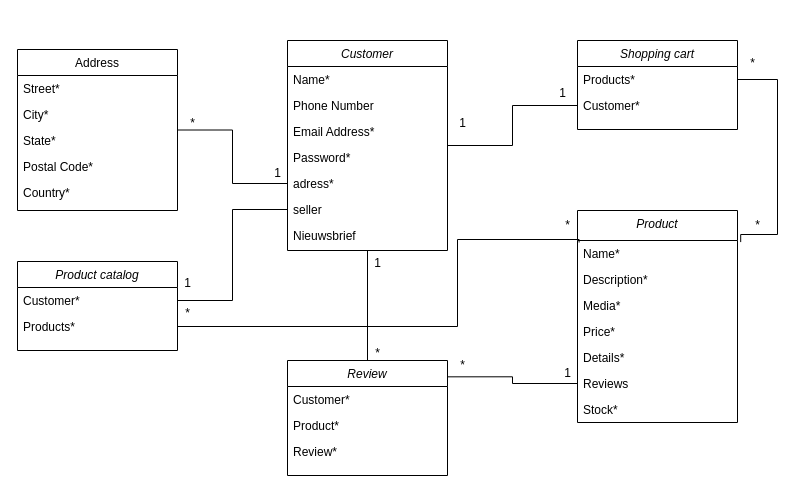
UCLL-Full-stack/project2425-ti-group-2-11 keeps this draw.io diagram as analysis/UML webshop.drawio. Above is the earlier version. Source tidied: cells renumbered, new cells numbered last; positions are measured from the earlier drawing's top-left corner, leaving out a move shared by most shapes. Both pictures are drawn from the tidied source at 100%, with x=0, y=0 at pixel (17, 40).
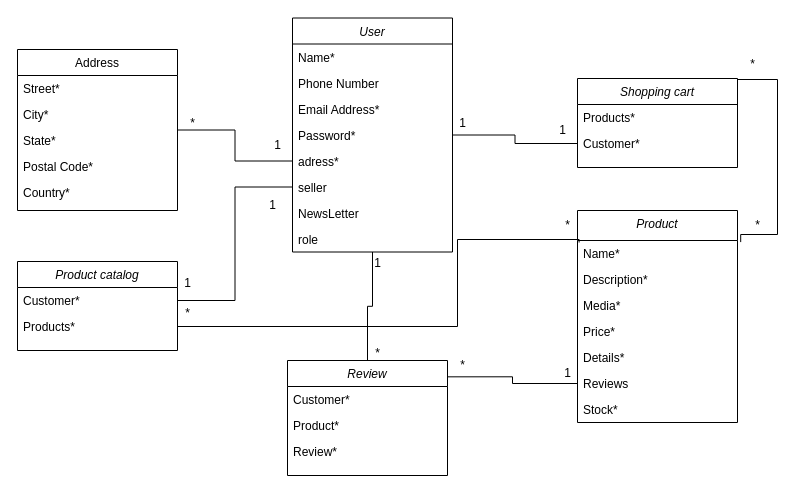
Above is the later version.

Commit message (it also covers changes not shown here):
Customer naar user veranderd en role toegevoegd voor admin mogelijkheden

The edit, as a diff of the source:
```diff
@@
-    <mxCell id="4" value="Customer" style="swimlane;fontStyle=2;align=center;verticalAlign=top;horizontal=1;startSize=26;rounded=0;shadow=0;strokeWidth=1;" parent="1" vertex="1">
-      <mxGeometry x="270" width="160" height="210" as="geometry" />
+    <mxCell id="4" value="User" style="swimlane;fontStyle=2;align=center;verticalAlign=top;horizontal=1;startSize=26;rounded=0;shadow=0;strokeWidth=1;" parent="1" vertex="1">
+      <mxGeometry x="275" y="-22.5" width="160" height="234" as="geometry" />
     </mxCell>
@@
-    <mxCell id="11" value="Nieuwsbrief" style="text;align=left;verticalAlign=top;spacingLeft=4;spacingRight=4;overflow=hidden;rounded=0;shadow=0;html=0;" parent="4" vertex="1">
+    <mxCell id="11" value="NewsLetter" style="text;align=left;verticalAlign=top;spacingLeft=4;spacingRight=4;overflow=hidden;rounded=0;shadow=0;html=0;" parent="4" vertex="1">
       <mxGeometry y="182" width="160" height="26" as="geometry" />
     </mxCell>
+    <mxCell id="54" value="role" style="text;align=left;verticalAlign=top;spacingLeft=4;spacingRight=4;overflow=hidden;rounded=0;shadow=0;html=0;" parent="4" vertex="1">
+      <mxGeometry y="208" width="160" height="26" as="geometry" />
+    </mxCell>
     <mxCell id="12" value="Shopping cart" style="swimlane;fontStyle=2;align=center;verticalAlign=top;horizontal=1;startSize=26;rounded=0;shadow=0;strokeWidth=1;" parent="1" vertex="1">
-      <mxGeometry x="560" width="160" height="89" as="geometry" />
+      <mxGeometry x="560" y="38" width="160" height="89" as="geometry" />
     </mxCell>
@@
     <mxCell id="36" value="1" style="text;html=1;align=center;verticalAlign=middle;strokeColor=none;fillColor=none;" parent="1" vertex="1">
-      <mxGeometry x="530" y="38" width="30" height="30" as="geometry" />
+      <mxGeometry x="530" y="74.5" width="30" height="30" as="geometry" />
     </mxCell>
@@
     <mxCell id="38" value="*" style="text;html=1;align=center;verticalAlign=middle;strokeColor=none;fillColor=none;" parent="1" vertex="1">
-      <mxGeometry x="720" y="8" width="30" height="30" as="geometry" />
+      <mxGeometry x="720" y="9" width="30" height="30" as="geometry" />
     </mxCell>
@@
     <mxCell id="49" value="1" style="text;html=1;align=center;verticalAlign=middle;strokeColor=none;fillColor=none;" parent="1" vertex="1">
-      <mxGeometry x="245" y="118" width="30" height="30" as="geometry" />
+      <mxGeometry x="245" y="90" width="30" height="30" as="geometry" />
     </mxCell>
@@
+    <mxCell id="55" value="1" style="text;html=1;align=center;verticalAlign=middle;strokeColor=none;fillColor=none;" parent="1" vertex="1">
+      <mxGeometry x="240" y="150" width="30" height="30" as="geometry" />
+    </mxCell>
```
